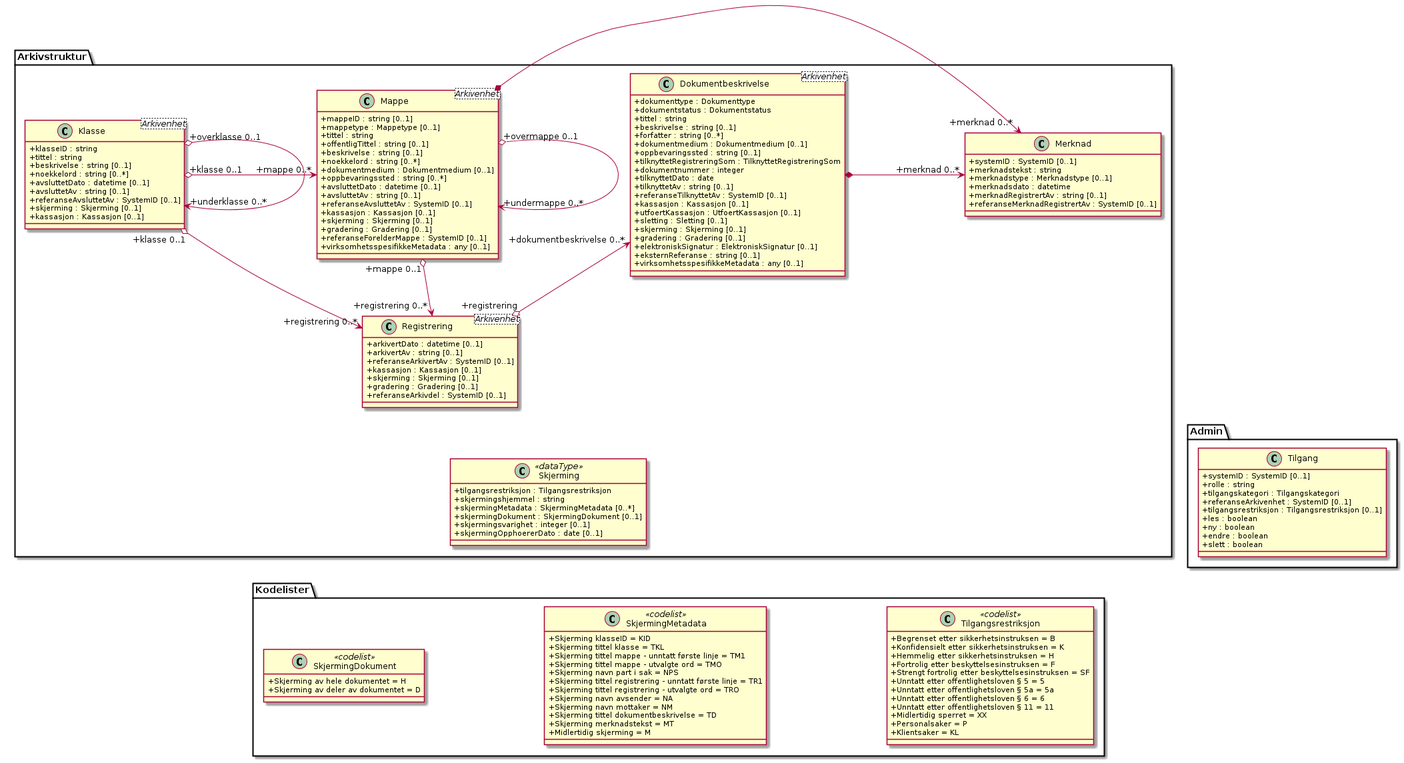
Above: kapitler/media/uml-arkivstruktur-skjerming.png in arkivverket/noark5-tjenestegrensesnitt-standard (PlantUML), before the change.
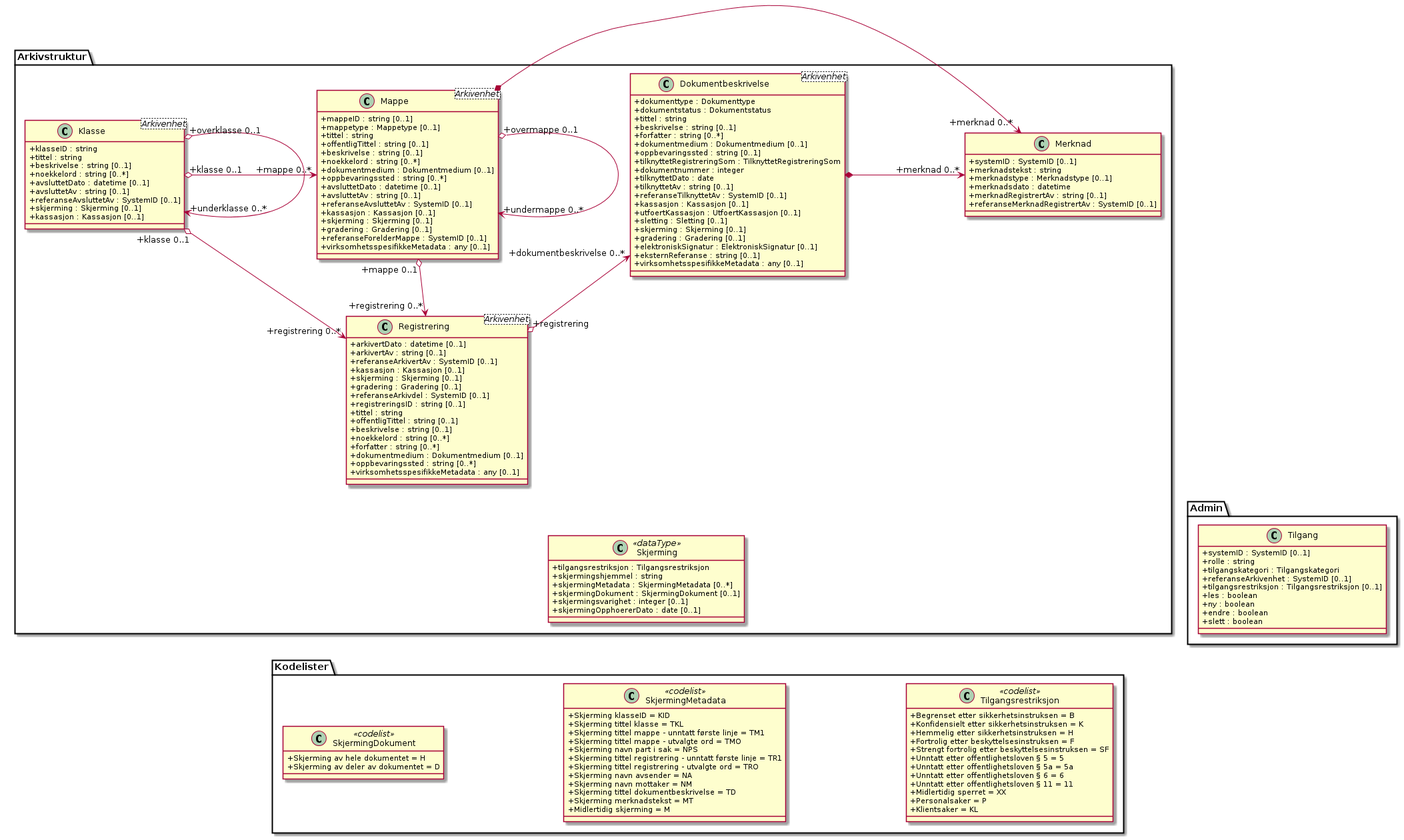
The same diagram one commit later.

Change to the diagram source:
```diff
@@ -61,6 +61,15 @@
   +skjerming : Skjerming [0..1]
   +gradering : Gradering [0..1]
   +referanseArkivdel : SystemID [0..1]
+  +registreringsID : string [0..1]
+  +tittel : string
+  +offentligTittel : string [0..1]
+  +beskrivelse : string [0..1]
+  +noekkelord : string [0..*]
+  +forfatter : string [0..*]
+  +dokumentmedium : Dokumentmedium [0..1]
+  +oppbevaringssted : string [0..*]
+  +virksomhetsspesifikkeMetadata : any [0..1]
 }
 class Arkivstruktur.Merknad {
   +systemID : SystemID [0..1]
```
